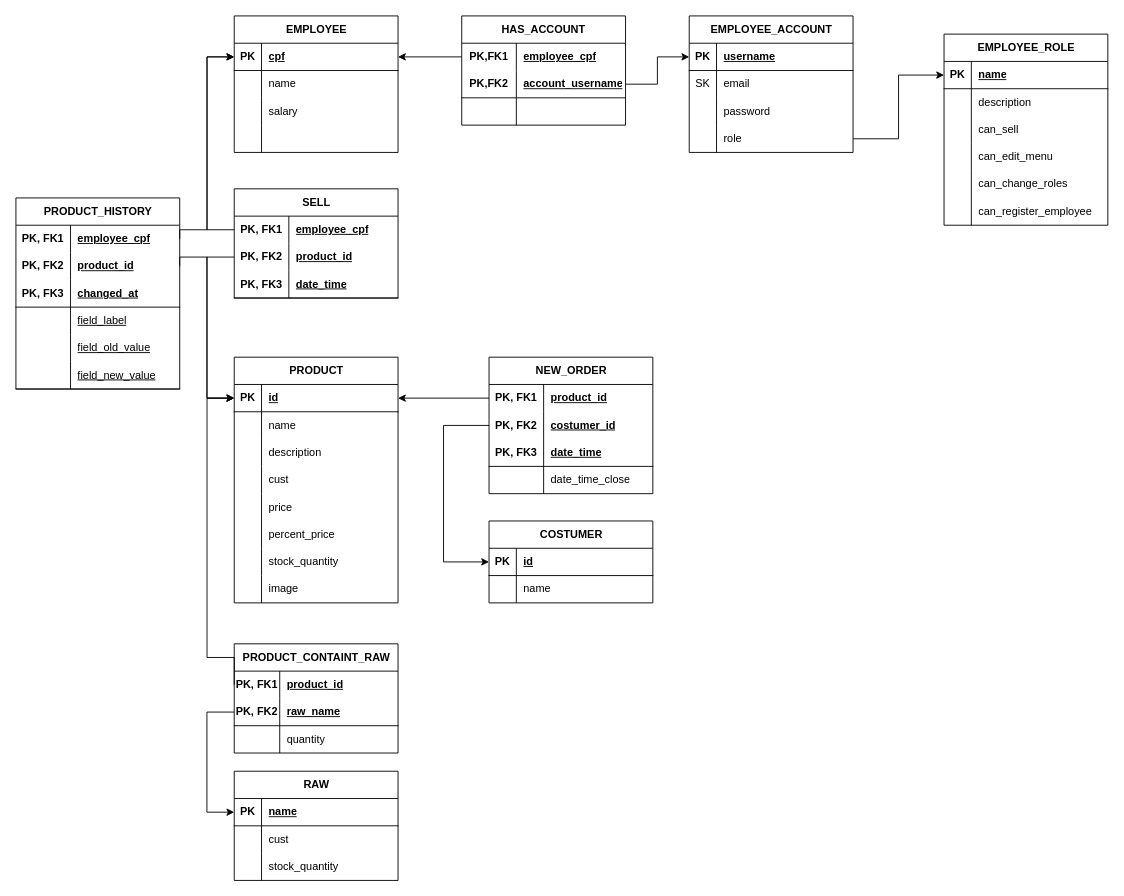
Above: page "Diagrama REL" (2 of 2) of database/database.drawio in ikuyorih9/HisamiDoceria (draw.io), before the change. Source tidied: cells renumbered, new cells numbered last; positions are measured from the earlier drawing's top-left corner, leaving out a move shared by most shapes. Both pictures are drawn from the tidied source at 91%, with x=0, y=0 at pixel (15, 15).
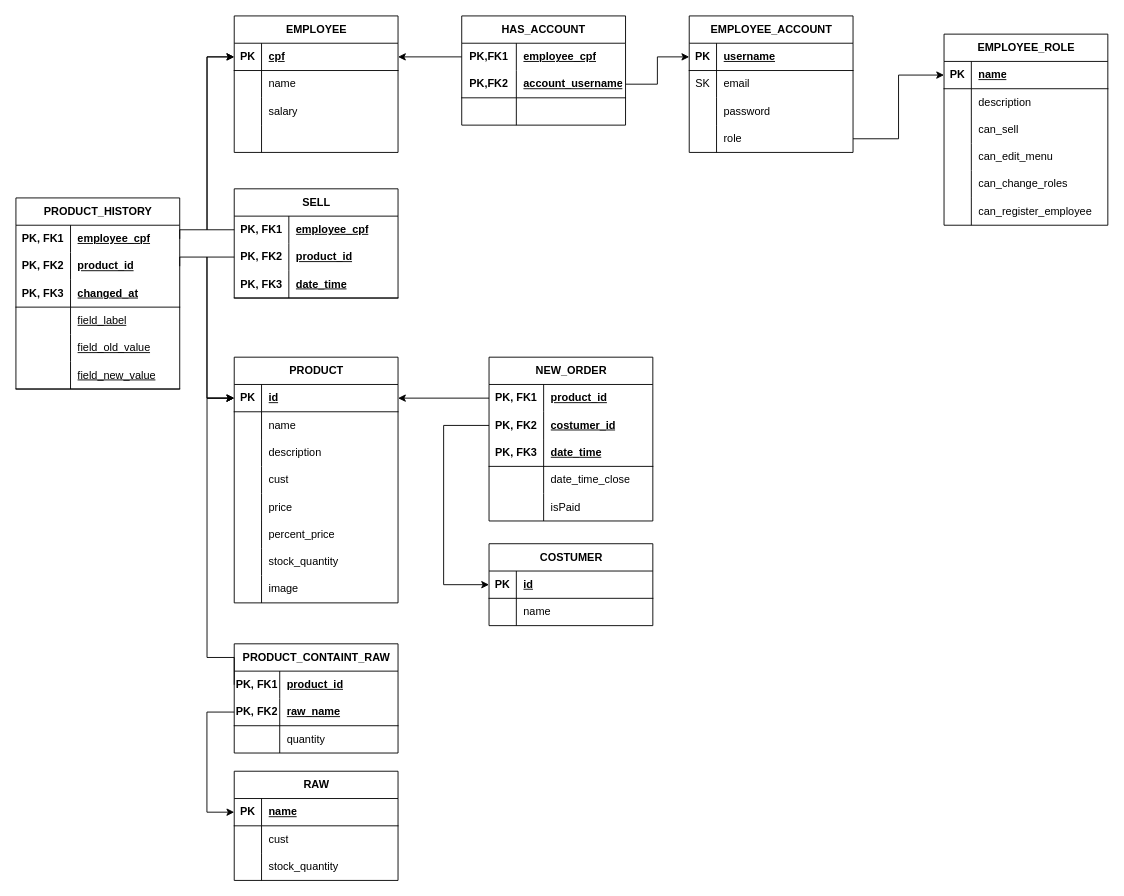
Above is the later version.

Commit message (it also covers changes not shown here):
add  isPaid column to new order

Unchanged cells that the change refers to:
```xml
<mxCell id="108" style="shape=tableRow;horizontal=0;startSize=0;swimlaneHead=0;swimlaneBody=0;fillColor=none;points=[[0,0.5],[1,0.5]];portConstraint=eastwest;top=0;left=0;right=0;bottom=1;" parent="107" vertex="1">
  <mxGeometry y="30" width="180" height="30" as="geometry" />
</mxCell>
<mxCell id="118" style="shape=tableRow;horizontal=0;startSize=0;swimlaneHead=0;swimlaneBody=0;fillColor=none;points=[[0,0.5],[1,0.5]];portConstraint=eastwest;top=0;left=0;right=0;bottom=0;" parent="114" vertex="1">
  <mxGeometry y="60" width="180" height="30" as="geometry" />
</mxCell>
```

Diff of the diagram source:
```diff
@@
     <mxCell id="107" value="COSTUMER" style="shape=table;startSize=30;childLayout=tableLayout;rowLines=0;fontStyle=1;align=center;html=1;" parent="1" vertex="1">
-      <mxGeometry x="519.9" y="555" width="180" height="90" as="geometry" />
+      <mxGeometry x="519.9" y="580" width="180" height="90" as="geometry" />
     </mxCell>
@@
     <mxCell id="114" value="NEW_ORDER" style="shape=table;startSize=30;childLayout=tableLayout;rowLines=0;fontStyle=1;align=center;html=1;" parent="1" vertex="1">
-      <mxGeometry x="519.9" y="375" width="180" height="150" as="geometry" />
+      <mxGeometry x="519.9" y="375" width="180" height="180" as="geometry" />
     </mxCell>
@@
+    <mxCell id="162" style="shape=tableRow;horizontal=0;startSize=0;swimlaneHead=0;swimlaneBody=0;fillColor=none;top=0;left=0;right=0;bottom=0;" parent="114" vertex="1">
+      <mxGeometry y="150" width="180" height="30" as="geometry" />
+    </mxCell>
+    <mxCell id="163" style="shape=partialRectangle;fillColor=none;top=0;left=0;bottom=0;right=0;overflow=hidden;whiteSpace=wrap;html=1;" parent="162" vertex="1">
+      <mxGeometry width="60" height="30" as="geometry" />
+    </mxCell>
+    <mxCell id="164" value="isPaid" style="shape=partialRectangle;fillColor=none;top=0;left=0;bottom=0;right=0;align=left;spacingLeft=6;overflow=hidden;whiteSpace=wrap;html=1;" parent="162" vertex="1">
+      <mxGeometry x="60" width="120" height="30" as="geometry" />
+    </mxCell>
@@
     <mxCell id="128" style="edgeStyle=orthogonalEdgeStyle;rounded=0;jettySize=auto;html=1;exitX=0;exitY=0.5;exitDx=0;exitDy=0;entryX=0;entryY=0.5;entryDx=0;entryDy=0;" parent="1" edge="1" source="118" target="108">
       <mxGeometry relative="1" as="geometry">
         <Array as="points">
-          <mxPoint x="469.9" y="450" />
-          <mxPoint x="469.9" y="600" />
+          <mxPoint x="470" y="450" />
+          <mxPoint x="470" y="625" />
         </Array>
       </mxGeometry>
     </mxCell>
```
